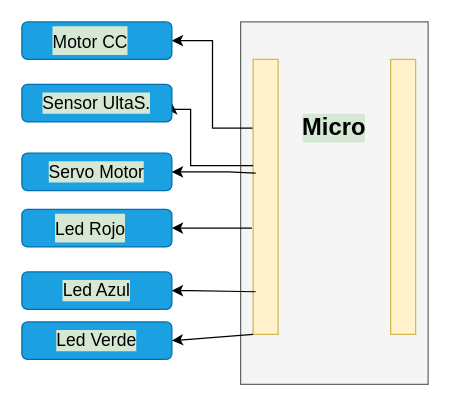
The draw.io diagram Diagrama/Diagrama sin título.drawio in ludotec/rascadorGatos, before the edit. Source tidied: cells renumbered, new cells numbered last; positions are measured from the earlier drawing's top-left corner, leaving out a move shared by most shapes. Both pictures are drawn from the tidied source at 125%, with x=0, y=0 at pixel (21, 21).
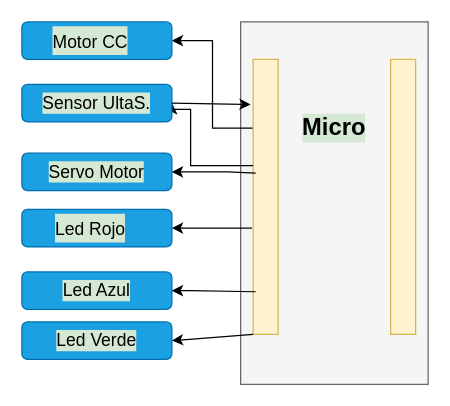
The same page after the edit.

Unchanged cells that the change refers to:
```xml
<mxCell id="4" style="rounded=0;whiteSpace=wrap;html=1;fillColor=#fff2cc;strokeColor=#d6b656;" parent="1" vertex="1">
  <mxGeometry x="185" y="30" width="20" height="220" as="geometry" />
</mxCell>
<mxCell id="9" style="rounded=1;whiteSpace=wrap;html=1;labelBackgroundColor=#D5E8D4;fontSize=19;fillColor=#1ba1e2;fontColor=#ffffff;strokeColor=#006EAF;" parent="1" vertex="1">
  <mxGeometry y="50" width="120" height="30" as="geometry" />
</mxCell>
```

Diff of the diagram source:
```diff
@@
+    <mxCell id="24" style="endArrow=classic;html=1;rounded=0;exitX=1;exitY=0.5;exitDx=0;exitDy=0;entryX=-0.1;entryY=0.164;entryDx=0;entryDy=0;entryPerimeter=0;" parent="1" edge="1" source="9" target="4">
+      <mxGeometry relative="1" as="geometry" />
+    </mxCell>
```
